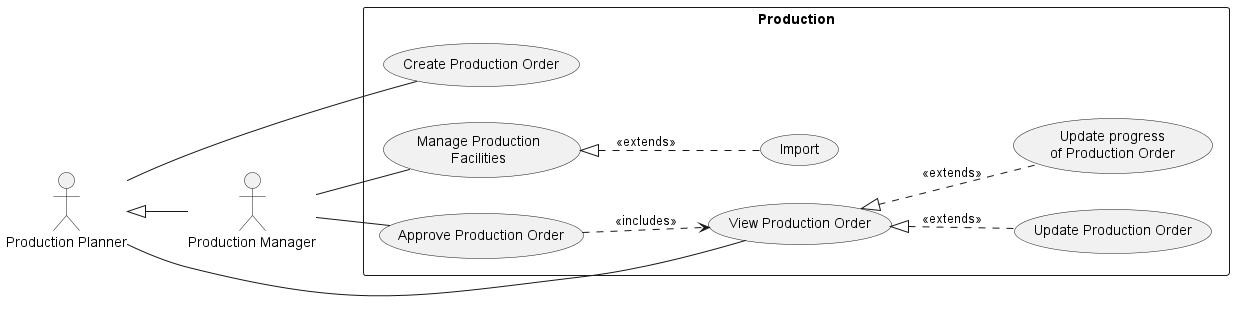
phihungha/scmss-reqs keeps this PlantUML diagram as use-cases/Production.png. Above is the earlier version.
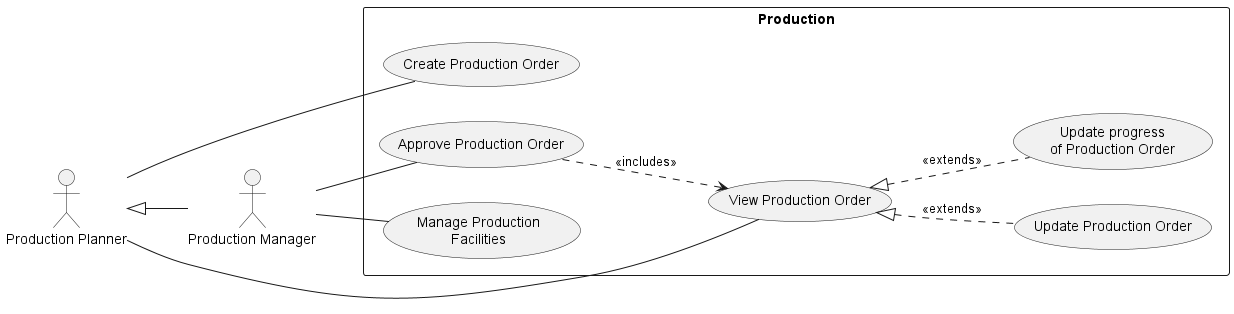
The same file after the commit.

Commit message:
Remove import use case

What changed in the source:
```diff
@@ -15,6 +15,5 @@
   (Approve Production Order) ..> (View Production Order) : <<includes>>
 
   pm -- (Manage Production\nFacilities)
-  (Manage Production\nFacilities) <|.. (Import) : <<extends>>
 }
 @enduml
```
